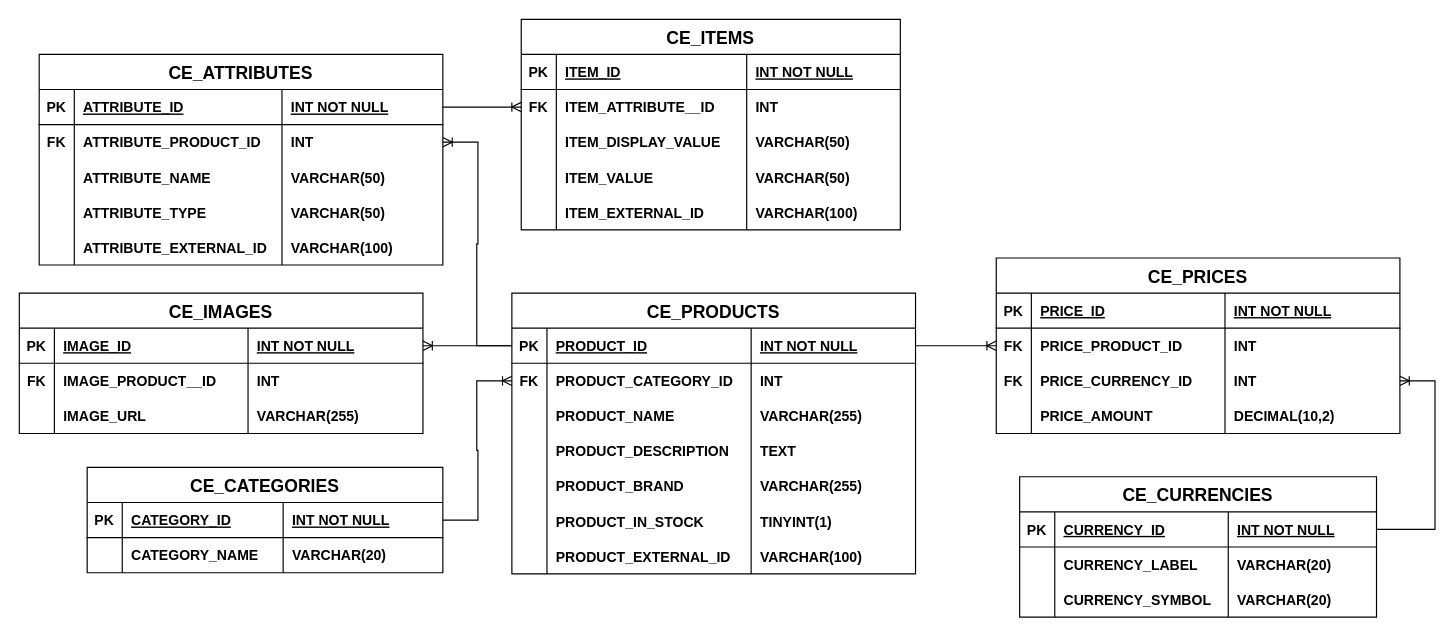
Above: Products_3NF.drawio in GiorgiEz/eCommerceWebsite (draw.io), before the change. Source tidied: cells renumbered, new cells numbered last; positions are measured from the earlier drawing's top-left corner, leaving out a move shared by most shapes. Both pictures are drawn from the tidied source at 117%, with x=0, y=0 at pixel (19, 19).
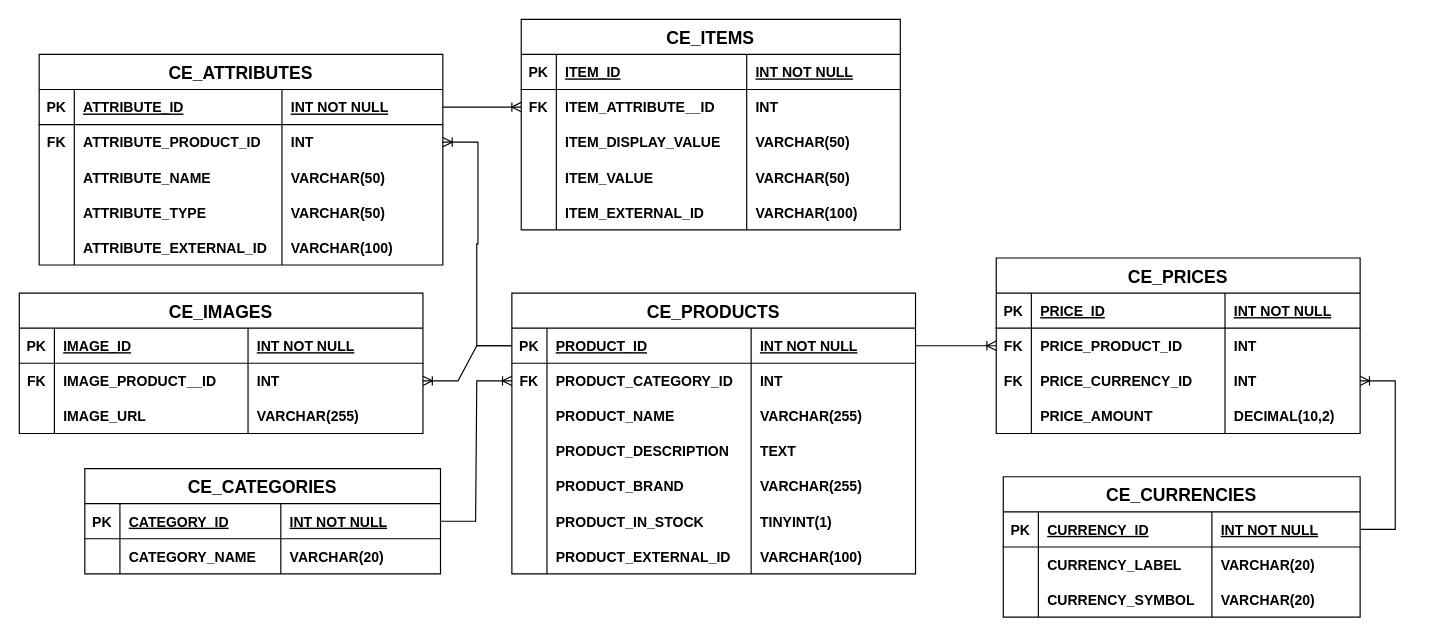
Above is the later version.

The change refers to these unchanged cells:
```xml
<mxCell id="12" style="shape=partialRectangle;fillColor=none;points=[[0,0.5],[1,0.5]];portConstraint=eastwest;top=0;left=0;right=0;bottom=1;" parent="11" vertex="1">
  <mxGeometry y="30" width="345" height="30" as="geometry" />
</mxCell>
<mxCell id="42" style="shape=partialRectangle;fillColor=none;points=[[0,0.5],[1,0.5]];portConstraint=eastwest;top=0;left=0;right=0;bottom=1;" parent="41" vertex="1">
  <mxGeometry y="30" width="345" height="30" as="geometry" />
</mxCell>
<mxCell id="46" style="shape=tableRow;horizontal=0;startSize=0;swimlaneHead=0;swimlaneBody=0;fillColor=none;points=[[0,0.5],[1,0.5]];portConstraint=eastwest;top=0;left=0;right=0;bottom=0;" parent="41" vertex="1">
  <mxGeometry y="60" width="345" height="30" as="geometry" />
</mxCell>
```

The edit, as a diff of the source:
```diff
@@
     <mxCell id="2" value="CE_CATEGORIES" style="shape=table;startSize=30;childLayout=tableLayout;rowLines=0;fontStyle=1;align=center;fontSize=15;" parent="1" vertex="1">
-      <mxGeometry x="58" y="383" width="304" height="90" as="geometry" />
+      <mxGeometry x="56" y="384" width="304" height="90" as="geometry" />
     </mxCell>
@@
-    <mxCell id="54" style="edgeStyle=entityRelationEdgeStyle;fontSize=12;html=1;endArrow=ERoneToMany;rounded=0;exitX=0;exitY=0.5;exitDx=0;exitDy=0;" parent="1" edge="1" source="12" target="42">
+    <mxCell id="54" style="edgeStyle=entityRelationEdgeStyle;fontSize=12;html=1;endArrow=ERoneToMany;rounded=0;exitX=0;exitY=0.5;exitDx=0;exitDy=0;" parent="1" edge="1" source="12" target="46">
       <mxGeometry relative="1" as="geometry" />
     </mxCell>
     <mxCell id="55" value="CE_CURRENCIES" style="shape=table;startSize=30;childLayout=tableLayout;rowLines=0;fontStyle=1;align=center;fontSize=15;" parent="1" vertex="1">
-      <mxGeometry x="855" y="391" width="305" height="120" as="geometry" />
+      <mxGeometry x="841" y="391" width="305" height="120" as="geometry" />
     </mxCell>
@@
     <mxCell id="68" value="CE_PRICES" style="shape=table;startSize=30;childLayout=tableLayout;rowLines=0;fontStyle=1;align=center;fontSize=15;" parent="1" vertex="1">
-      <mxGeometry x="835" y="204" width="345" height="150" as="geometry" />
+      <mxGeometry x="835" y="204" width="311" height="150" as="geometry" />
     </mxCell>
     <mxCell id="69" style="shape=partialRectangle;fillColor=none;top=0;left=0;right=0;bottom=1;" parent="68" vertex="1">
-      <mxGeometry y="30" width="345" height="30" as="geometry" />
+      <mxGeometry y="30" width="311" height="30" as="geometry" />
     </mxCell>
@@
     <mxCell id="72" value="INT NOT NULL" style="shape=partialRectangle;overflow=hidden;fillColor=none;top=0;left=0;bottom=0;right=0;align=left;spacingLeft=6;fontStyle=5;" parent="69" vertex="1">
-      <mxGeometry x="195.5" width="149.5" height="30" as="geometry" />
+      <mxGeometry x="195.5" width="115.5" height="30" as="geometry" />
     </mxCell>
     <mxCell id="73" style="shape=tableRow;horizontal=0;startSize=0;swimlaneHead=0;swimlaneBody=0;fillColor=none;points=[[0,0.5],[1,0.5]];portConstraint=eastwest;top=0;left=0;right=0;bottom=0;" parent="68" vertex="1">
-      <mxGeometry y="60" width="345" height="30" as="geometry" />
+      <mxGeometry y="60" width="311" height="30" as="geometry" />
     </mxCell>
@@
     <mxCell id="76" value="INT" style="shape=partialRectangle;fillColor=none;top=0;left=0;bottom=0;right=0;align=left;spacingLeft=6;overflow=hidden;fontStyle=1;" parent="73" vertex="1">
-      <mxGeometry x="195.5" width="149.5" height="30" as="geometry" />
+      <mxGeometry x="195.5" width="115.5" height="30" as="geometry" />
     </mxCell>
     <mxCell id="77" style="shape=partialRectangle;fillColor=none;points=[[0,0.5],[1,0.5]];portConstraint=eastwest;top=0;left=0;right=0;bottom=0;" parent="68" vertex="1">
-      <mxGeometry y="90" width="345" height="30" as="geometry" />
+      <mxGeometry y="90" width="311" height="30" as="geometry" />
     </mxCell>
@@
     <mxCell id="80" value="INT" style="shape=partialRectangle;overflow=hidden;fillColor=none;top=0;left=0;bottom=0;right=0;align=left;spacingLeft=6;fontStyle=1;" parent="77" vertex="1">
-      <mxGeometry x="195.5" width="149.5" height="30" as="geometry" />
+      <mxGeometry x="195.5" width="115.5" height="30" as="geometry" />
     </mxCell>
     <mxCell id="81" style="shape=partialRectangle;fillColor=none;top=0;left=0;right=0;bottom=0;" parent="68" vertex="1">
-      <mxGeometry y="120" width="345" height="30" as="geometry" />
+      <mxGeometry y="120" width="311" height="30" as="geometry" />
     </mxCell>
@@
     <mxCell id="84" value="DECIMAL(10,2)" style="shape=partialRectangle;overflow=hidden;fillColor=none;top=0;left=0;bottom=0;right=0;align=left;spacingLeft=6;fontStyle=1;" parent="81" vertex="1">
-      <mxGeometry x="195.5" width="149.5" height="30" as="geometry" />
+      <mxGeometry x="195.5" width="115.5" height="30" as="geometry" />
     </mxCell>
```
